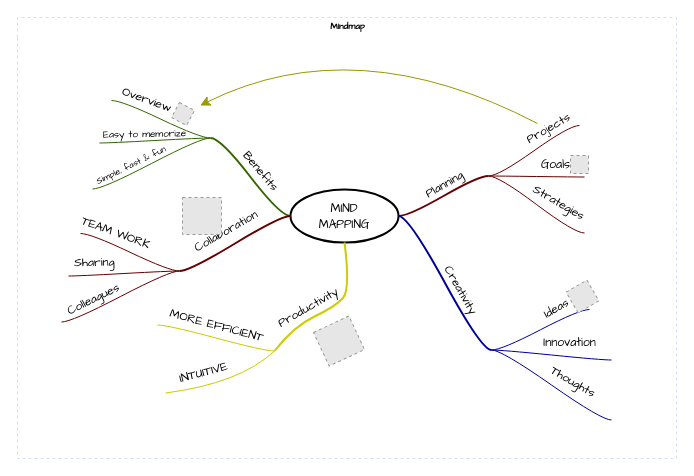
The draw.io diagram Untitled Diagram.drawio in dalegent42/DrawIO, before the edit. Source tidied: cells renumbered, new cells numbered last; positions are measured from the earlier drawing's top-left corner, leaving out a move shared by most shapes. Both pictures are drawn from the tidied source at 100%, with x=0, y=0 at pixel (17, 17). Pictures stored in the file or linked from it are replaced by grey dashed boxes.
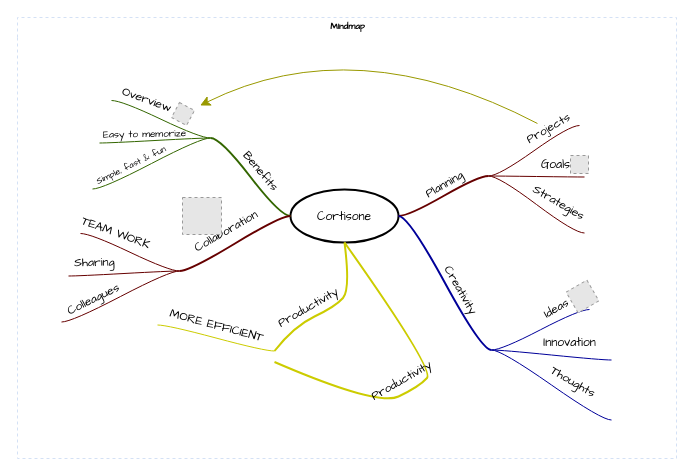
The same diagram, later.

The change refers to these unchanged cells:
```xml
<mxCell id="2" value="Mindmap" style="swimlane;html=1;startSize=20;horizontal=1;containerType=tree;labelBackgroundColor=none;strokeColor=#D4E1F5;strokeWidth=1;fillColor=none;fontFamily=Comic Sans MS;fontSize=9;swimlaneLine=0;dashed=1;" parent="1" vertex="1">
  <mxGeometry width="659" height="441" as="geometry" />
</mxCell>
<mxCell id="61" style="whiteSpace=wrap;html=1;rounded=1;arcSize=50;align=center;verticalAlign=middle;strokeWidth=1;spacing=4;" parent="2" vertex="1">
  <mxGeometry x="257" y="333" height="1" as="geometry" />
</mxCell>
```

Diff of the diagram source:
```diff
@@
-    <mxCell id="3" value="&lt;font face=&quot;Comic Sans MS&quot;&gt;MIND&lt;br&gt;MAPPING&lt;/font&gt;" style="ellipse;whiteSpace=wrap;html=1;align=center;strokeWidth=2;" parent="2" vertex="1">
+    <mxCell id="3" value="&lt;font face=&quot;Comic Sans MS&quot;&gt;Cortisone&lt;/font&gt;" style="ellipse;whiteSpace=wrap;html=1;align=center;strokeWidth=2;" parent="2" vertex="1">
       <mxGeometry x="273" y="172" width="108" height="53" as="geometry" />
     </mxCell>
@@
-    <mxCell id="64" style="whiteSpace=wrap;html=1;rounded=1;arcSize=50;align=center;verticalAlign=middle;strokeWidth=1;spacing=4;" parent="2" vertex="1">
-      <mxGeometry x="148" y="375" height="1" as="geometry" />
-    </mxCell>
-    <mxCell id="65" style="startArrow=none;endArrow=none;segment=10;strokeColor=#CCCC00;curved=1;rounded=0;fontSize=12;startSize=8;endSize=8;" parent="2" edge="1" source="61" target="64">
-      <mxGeometry relative="1" as="geometry">
-        <Array as="points">
-          <mxPoint x="222" y="366" />
-        </Array>
-      </mxGeometry>
-    </mxCell>
-    <mxCell id="66" value="INTUITIVE" style="text;html=1;align=center;verticalAlign=middle;labelBackgroundColor=none;fontFamily=Comic Sans MS;rotation=-15;fontSize=12;" parent="65" vertex="1">
-      <mxGeometry x="-0.11" y="-1" relative="1" as="geometry">
-        <mxPoint x="-30" y="-10" as="offset" />
-      </mxGeometry>
-    </mxCell>
@@
-    <mxCell id="70" style="fillColor=#E6E6E6;strokeColor=#999999;dashed=1;html=1;verticalAlign=top;verticalLabelPosition=bottom;labelBackgroundColor=#ffffff;fontFamily=Comic Sans MS;fontSize=12;fontColor=#000000;align=center;rotation=-25;" parent="2" vertex="1">
-      <mxGeometry x="302" y="305" width="39" height="37" as="geometry" />
-    </mxCell>
-    <mxCell id="71" style="edgeStyle=none;jumpStyle=arc;html=1;entryX=0.5;entryY=1;entryPerimeter=0;endArrow=classicThin;endFill=1;jettySize=auto;strokeColor=none;strokeWidth=2;fontFamily=Comic Sans MS;fontSize=12;rounded=0;startSize=8;endSize=8;curved=1;" parent="2" edge="1" source="61" target="70">
-      <mxGeometry relative="1" as="geometry" />
-    </mxCell>
+    <mxCell id="72" style="startArrow=none;endArrow=none;segment=10;strokeWidth=2;strokeColor=#CCCC00;exitX=0.5;exitY=1;curved=1;rounded=0;fontSize=12;startSize=8;endSize=8;" parent="2" edge="1" source="3" target="74">
+      <mxGeometry relative="1" as="geometry">
+        <Array as="points">
+          <mxPoint x="417" y="352" />
+          <mxPoint x="402" y="369" />
+          <mxPoint x="360" y="389" />
+        </Array>
+      </mxGeometry>
+    </mxCell>
+    <mxCell id="73" value="Productivity" style="text;html=1;align=center;verticalAlign=middle;labelBackgroundColor=none;rotation=-30;fontFamily=Comic Sans MS;" parent="72" vertex="1">
+      <mxGeometry x="0.02" y="2" relative="1" as="geometry">
+        <mxPoint x="-24" y="-2" as="offset" />
+      </mxGeometry>
+    </mxCell>
+    <mxCell id="74" style="whiteSpace=wrap;html=1;rounded=1;arcSize=50;align=center;verticalAlign=middle;strokeWidth=1;spacing=4;" parent="2" vertex="1" collapsed="1">
+      <mxGeometry x="257" y="344" height="1" as="geometry" />
+    </mxCell>
```
